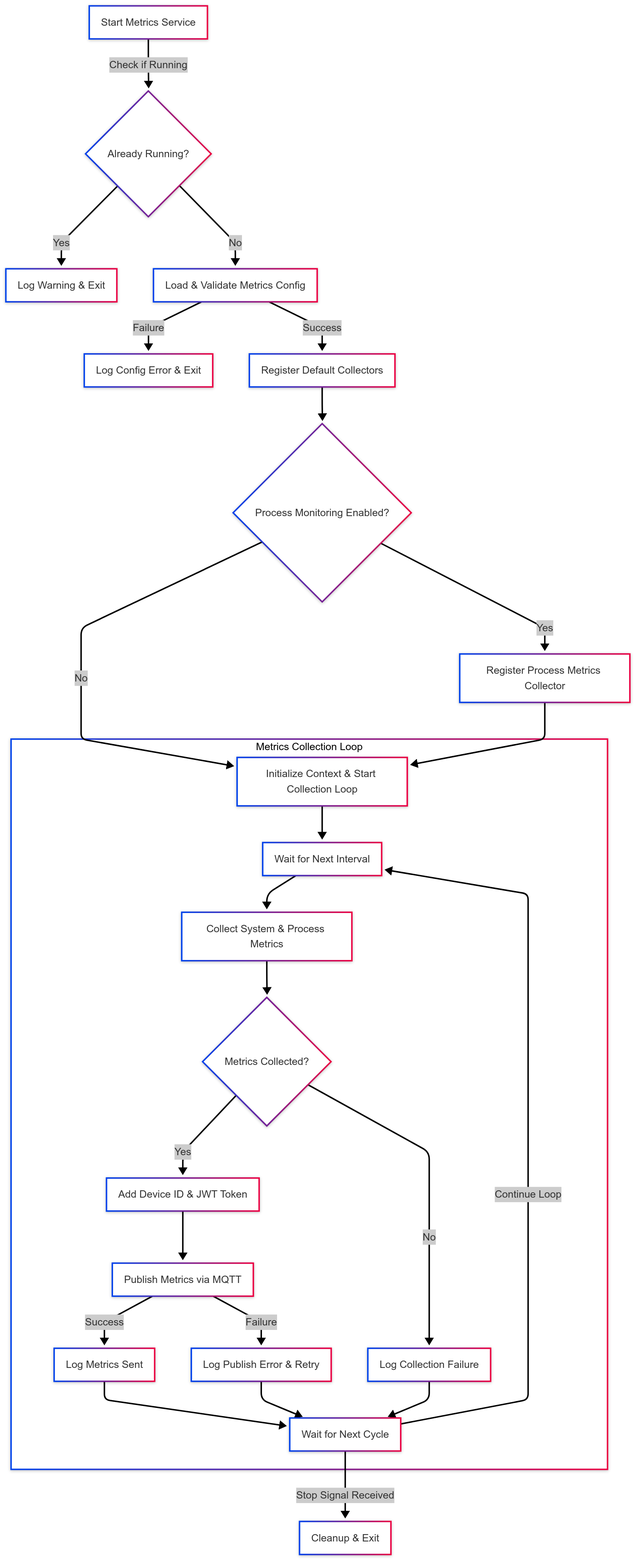
Above: docs/images/metrics.png in BenMeehan/iot-agent (Mermaid), before the change. Its source is kept beside it as docs/images/mermaid_chart_markdown/metrics.mmd.
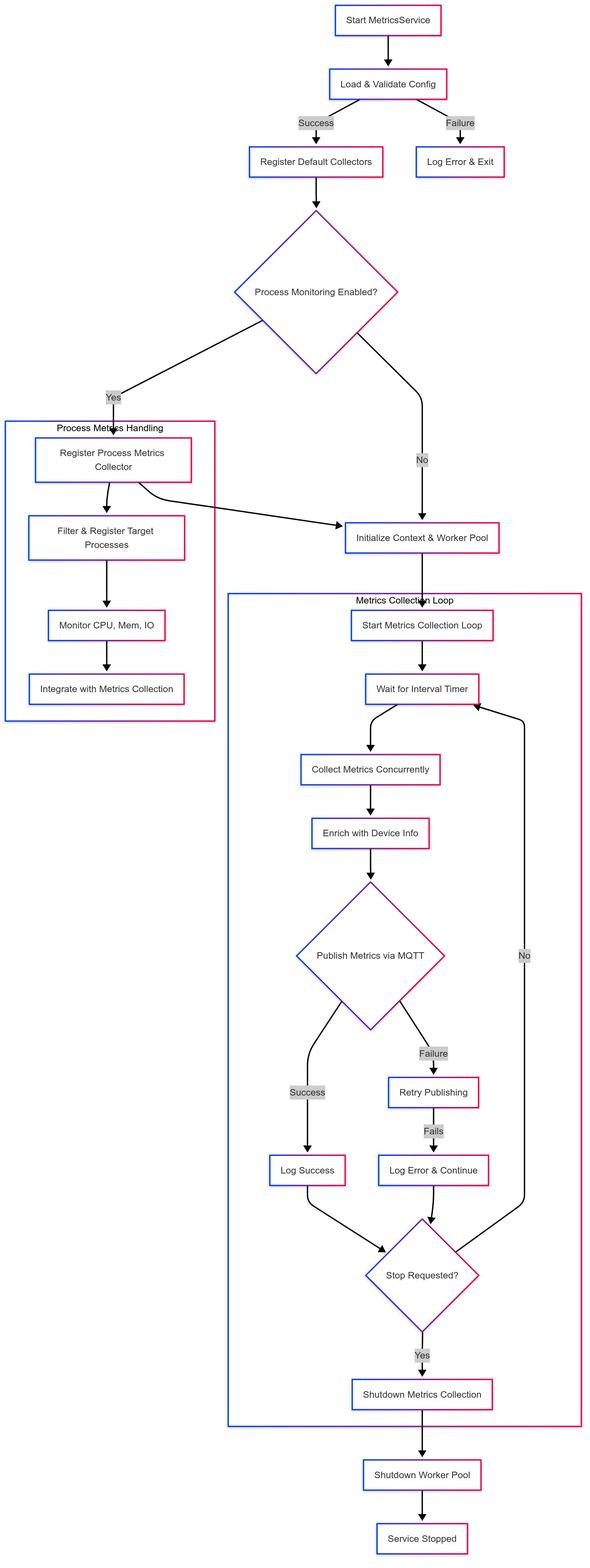
After the change.

What changed in the source:
```diff
@@ -1,35 +1,34 @@
 graph TD;
-    A[Start Metrics Service] -->|Check if Running| B{Already Running?};
+    A[Start MetricsService] --> B[Load & Validate Config]
+    B -->|Success| C[Register Default Collectors]
+    B -->|Failure| X[Log Error & Exit]
 
-    B -- Yes --> C[Log Warning & Exit];
-    B -- No --> D[Load & Validate Metrics Config];
+    C --> D{Process Monitoring Enabled?}
+    D -- Yes --> E[Register Process Metrics Collector]
+    D -- No --> F[Initialize Context & Worker Pool]
+    E --> F
 
-    D -- Failure --> E[Log Config Error & Exit];
-    D -- Success --> F[Register Default Collectors];
-
-    F --> G{Process Monitoring Enabled?};
-    G -- Yes --> H[Register Process Metrics Collector];
-    G -- No --> J[Initialize Context & Start Collection Loop];
-
-    H --> J;
+    F --> G[Start Metrics Collection Loop]
 
     subgraph Metrics Collection Loop
-        J --> K[Wait for Next Interval];
+        G --> H[Wait for Interval Timer]
+        H --> I[Collect Metrics Concurrently]
+        I --> J[Enrich with Device Info]
+        J --> K{Publish Metrics via MQTT}
+        K -- Success --> L[Log Success]
+        K -- Failure --> M[Retry Publishing (3 attempts)]
+        M -->|Fails| N[Log Error & Continue]
+        L --> O{Stop Requested?}
+        N --> O
+        O -- No --> H
+        O -- Yes --> P[Shutdown Metrics Collection]
+    end
 
-        K --> L[Collect System & Process Metrics];
-        L --> M{Metrics Collected?};
+    P --> Q[Shutdown Worker Pool]
+    Q --> R[Service Stopped]
 
-        M -- No --> N[Log Collection Failure];
-        M -- Yes --> O[Add Device ID & JWT Token];
-
-        O --> P[Publish Metrics via MQTT];
-        P -- Success --> Q[Log Metrics Sent];
-        P -- Failure --> R[Log Publish Error & Retry];
-
-        Q --> S[Wait for Next Cycle];
-        R --> S;
-        N --> S;
-
-        S -->|Continue Loop| K;
+    subgraph Process Metrics Handling
+        E --> S[Filter & Register Target Processes]
+        S --> T[Monitor CPU, Mem, IO]
+        T --> U[Integrate with Metrics Collection]
     end
-    S -->|Stop Signal Received| T[Cleanup & Exit];
```
